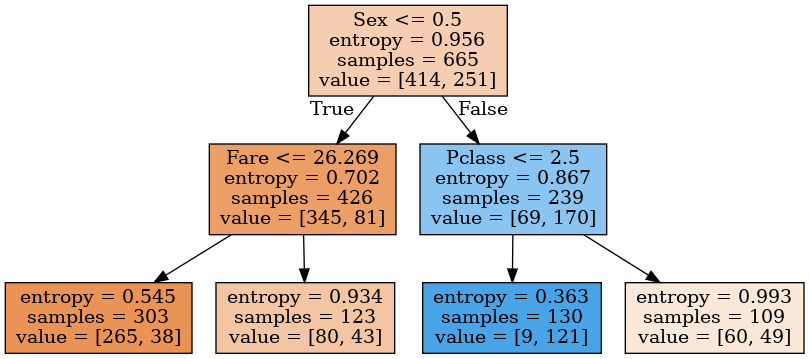
Before: datanerd.hateblo.jp/2020/04/30/tree/model2.png, a diagram exported from Graphviz (sugiyamath/self_kaggling). Its source is kept beside it as datanerd.hateblo.jp/2020/04/30/tree/model2.dot.
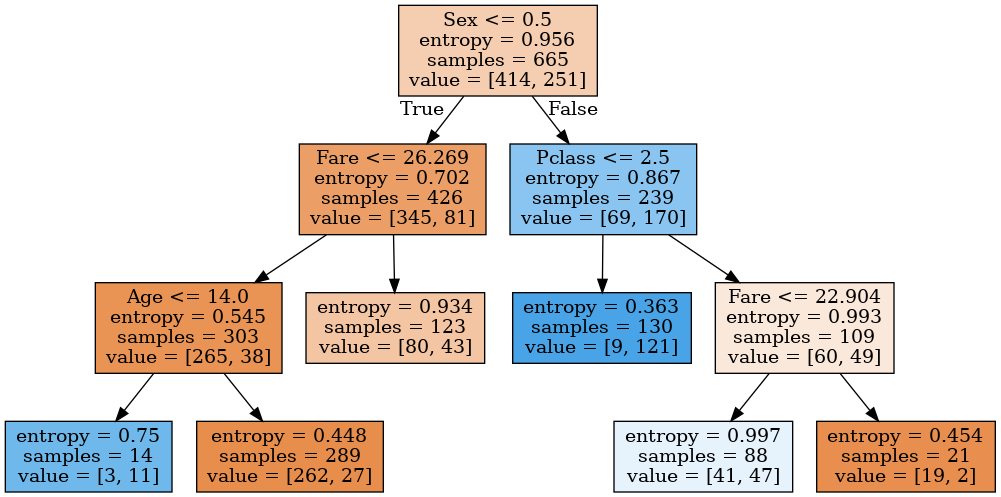
After the commit.

Change to the diagram source:
```diff
@@ -3,14 +3,22 @@
 0 [label="Sex <= 0.5\nentropy = 0.956\nsamples = 665\nvalue = [414, 251]", fillcolor="#f5cdb1"] ;
 1 [label="Fare <= 26.269\nentropy = 0.702\nsamples = 426\nvalue = [345, 81]", fillcolor="#eb9f67"] ;
 0 -> 1 [labeldistance=2.5, labelangle=45, headlabel="True"] ;
-5 [label="entropy = 0.545\nsamples = 303\nvalue = [265, 38]", fillcolor="#e99355"] ;
+5 [label="Age <= 14.0\nentropy = 0.545\nsamples = 303\nvalue = [265, 38]", fillcolor="#e99355"] ;
 1 -> 5 ;
+7 [label="entropy = 0.75\nsamples = 14\nvalue = [3, 11]", fillcolor="#6fb8ec"] ;
+5 -> 7 ;
+8 [label="entropy = 0.448\nsamples = 289\nvalue = [262, 27]", fillcolor="#e88e4d"] ;
+5 -> 8 ;
 6 [label="entropy = 0.934\nsamples = 123\nvalue = [80, 43]", fillcolor="#f3c5a3"] ;
 1 -> 6 ;
 2 [label="Pclass <= 2.5\nentropy = 0.867\nsamples = 239\nvalue = [69, 170]", fillcolor="#89c5f0"] ;
 0 -> 2 [labeldistance=2.5, labelangle=-45, headlabel="False"] ;
 3 [label="entropy = 0.363\nsamples = 130\nvalue = [9, 121]", fillcolor="#48a4e7"] ;
 2 -> 3 ;
-4 [label="entropy = 0.993\nsamples = 109\nvalue = [60, 49]", fillcolor="#fae8db"] ;
+4 [label="Fare <= 22.904\nentropy = 0.993\nsamples = 109\nvalue = [60, 49]", fillcolor="#fae8db"] ;
 2 -> 4 ;
+9 [label="entropy = 0.997\nsamples = 88\nvalue = [41, 47]", fillcolor="#e6f2fc"] ;
+4 -> 9 ;
+10 [label="entropy = 0.454\nsamples = 21\nvalue = [19, 2]", fillcolor="#e88e4e"] ;
+4 -> 10 ;
 }
```
